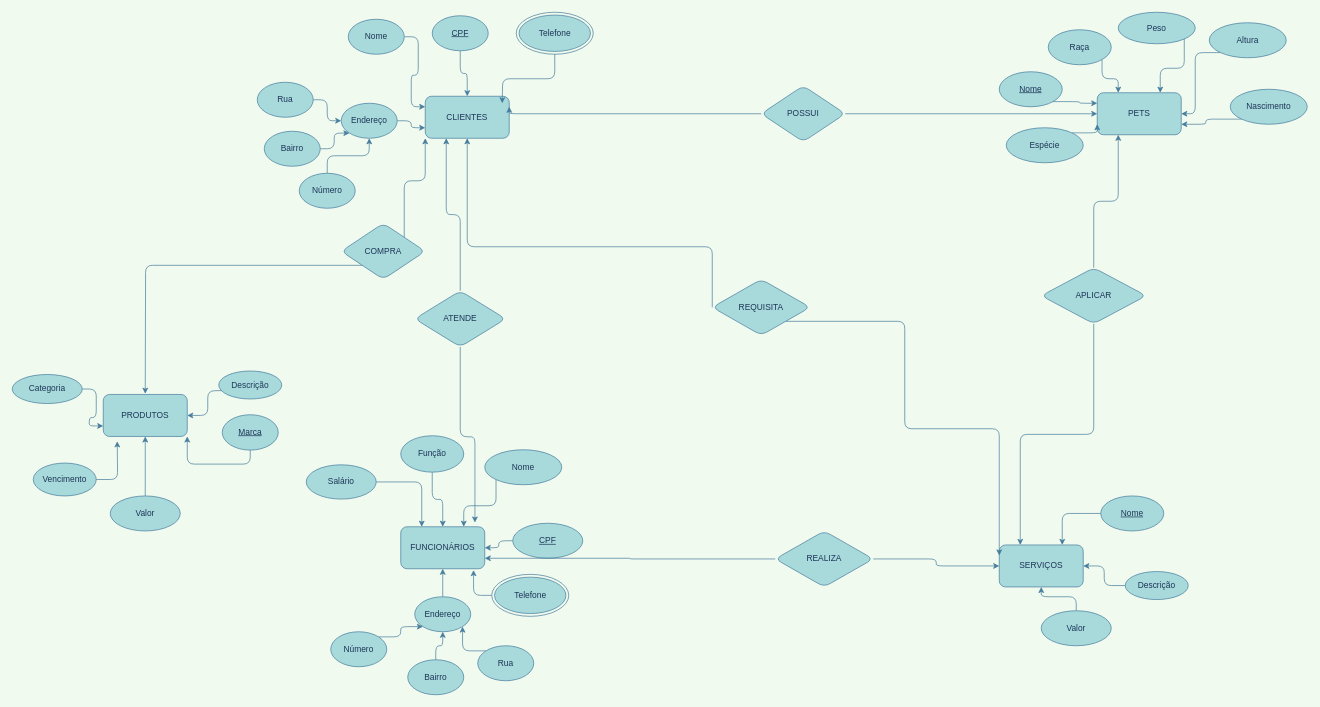
analaura09/Banco-de-Dados keeps this draw.io diagram as PetShop.drawio. Above is the earlier version. Source tidied: cells renumbered, new cells numbered last; positions are measured from the earlier drawing's top-left corner, leaving out a move shared by most shapes. Both pictures are drawn from the tidied source at 70%, with x=0, y=0 at pixel (12, 12).
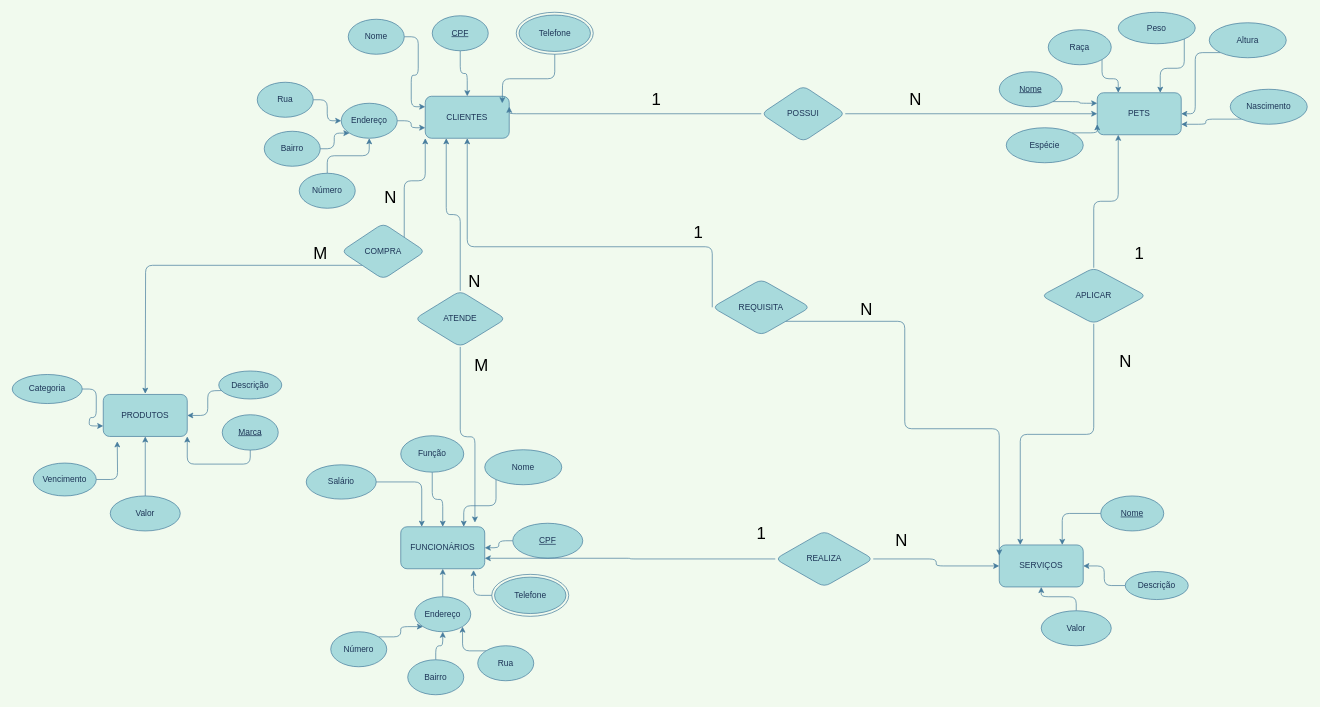
The same page after the edit.

Commit message:
adição do tipo de relacionamento

What changed in the source:
```diff
@@
+    <mxCell id="85" value="&lt;font style=&quot;font-size: 24px&quot;&gt;1&lt;/font&gt;" style="text;html=1;align=center;verticalAlign=middle;" parent="1" vertex="1">
+      <mxGeometry x="905" y="115" width="30" height="20" as="geometry" />
+    </mxCell>
+    <mxCell id="86" value="&lt;font style=&quot;font-size: 24px&quot;&gt;N&lt;/font&gt;" style="text;html=1;align=center;verticalAlign=middle;" parent="1" vertex="1">
+      <mxGeometry x="1275" y="115" width="30" height="20" as="geometry" />
+    </mxCell>
+    <mxCell id="87" value="&lt;font style=&quot;font-size: 24px&quot;&gt;N&lt;/font&gt;" style="text;html=1;align=center;verticalAlign=middle;" parent="1" vertex="1">
+      <mxGeometry x="645" y="375" width="30" height="20" as="geometry" />
+    </mxCell>
+    <mxCell id="88" value="&lt;font style=&quot;font-size: 24px&quot;&gt;M&lt;/font&gt;" style="text;html=1;align=center;verticalAlign=middle;" parent="1" vertex="1">
+      <mxGeometry x="650" y="495" width="40" height="20" as="geometry" />
+    </mxCell>
+    <mxCell id="89" value="&lt;font style=&quot;font-size: 24px&quot;&gt;N&lt;/font&gt;" style="text;html=1;align=center;verticalAlign=middle;" parent="1" vertex="1">
+      <mxGeometry x="525" y="255" width="30" height="20" as="geometry" />
+    </mxCell>
+    <mxCell id="90" value="&lt;font style=&quot;font-size: 24px&quot;&gt;M&lt;/font&gt;" style="text;html=1;align=center;verticalAlign=middle;" parent="1" vertex="1">
+      <mxGeometry x="420" y="335" width="40" height="20" as="geometry" />
+    </mxCell>
+    <mxCell id="91" value="&lt;font style=&quot;font-size: 24px&quot;&gt;1&lt;/font&gt;" style="text;html=1;align=center;verticalAlign=middle;" parent="1" vertex="1">
+      <mxGeometry x="965" y="305" width="30" height="20" as="geometry" />
+    </mxCell>
+    <mxCell id="92" value="&lt;font style=&quot;font-size: 24px&quot;&gt;N&lt;/font&gt;" style="text;html=1;align=center;verticalAlign=middle;" parent="1" vertex="1">
+      <mxGeometry x="1205" y="415" width="30" height="20" as="geometry" />
+    </mxCell>
+    <mxCell id="93" value="&lt;font style=&quot;font-size: 24px&quot;&gt;1&lt;/font&gt;" style="text;html=1;align=center;verticalAlign=middle;" parent="1" vertex="1">
+      <mxGeometry x="1595" y="335" width="30" height="20" as="geometry" />
+    </mxCell>
+    <mxCell id="94" value="&lt;font style=&quot;font-size: 24px&quot;&gt;&lt;br&gt;N&lt;/font&gt;" style="text;html=1;align=center;verticalAlign=middle;" parent="1" vertex="1">
+      <mxGeometry x="1575" y="465" width="30" height="40" as="geometry" />
+    </mxCell>
+    <mxCell id="95" value="&lt;font style=&quot;font-size: 24px&quot;&gt;1&lt;/font&gt;" style="text;html=1;align=center;verticalAlign=middle;" parent="1" vertex="1">
+      <mxGeometry x="1055" y="735" width="30" height="20" as="geometry" />
+    </mxCell>
+    <mxCell id="96" value="&lt;font style=&quot;font-size: 24px&quot;&gt;N&lt;/font&gt;" style="text;html=1;align=center;verticalAlign=middle;" parent="1" vertex="1">
+      <mxGeometry x="1255" y="745" width="30" height="20" as="geometry" />
+    </mxCell>
```
